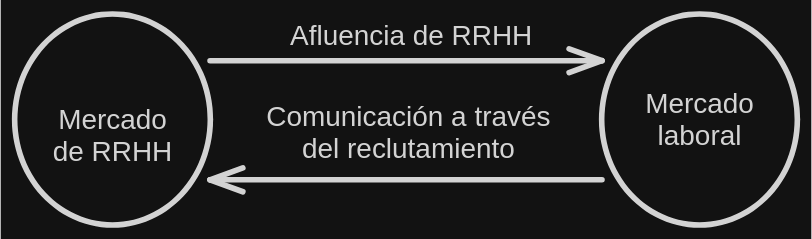
This is 4to Nivel/Administración de Sistemas de Información/attachments/Mercados Laboral y de RRHH 2024-07-11 00.00.19.excalidraw.svg from agustinbravop/utn-vault, a Excalidraw export, as it was before one commit. Source tidied: one line per element, renumbered; positions are measured from the earlier drawing's top-left corner, leaving out a move shared by most shapes.
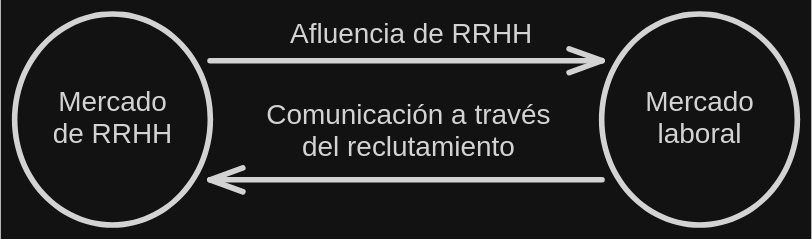
After the change.

Change to the diagram source:
```diff
@@ -1,8 +1,8 @@
 {"id": 0, "type": "ellipse", "strokeColor": "#1e1e1e", "strokeWidth": 4, "roughness": 0, "round": true, "x": 0, "y": 0, "width": 140, "height": 151}
-{"id": 1, "type": "text", "text": "\nMercado\nde RRHH", "strokeColor": "#1e1e1e", "strokeWidth": 2, "roughness": 0, "fontSize": 20, "fontFamily": 2, "textAlign": "center", "verticalAlign": "middle", "inside": 0, "x": 27, "y": 41, "width": 86, "height": 69}
+{"id": 1, "type": "text", "text": "Mercado\nde RRHH", "strokeColor": "#1e1e1e", "strokeWidth": 2, "roughness": 0, "fontSize": 20, "fontFamily": 2, "textAlign": "center", "verticalAlign": "middle", "inside": 0, "x": 27, "y": 53, "width": 86, "height": 46}
 {"id": 2, "type": "ellipse", "strokeColor": "#1e1e1e", "strokeWidth": 4, "roughness": 0, "round": true, "x": 420, "y": 0, "width": 140, "height": 151}
-{"id": 3, "type": "text", "text": "Mercado\nlaboral", "strokeColor": "#1e1e1e", "strokeWidth": 2, "roughness": 0, "fontSize": 20, "fontFamily": 2, "textAlign": "center", "verticalAlign": "middle", "inside": 2, "x": 451, "y": 53, "width": 78, "height": 46}
+{"id": 3, "type": "text", "text": "Mercado\nlaboral", "strokeColor": "#1e1e1e", "strokeWidth": 2, "roughness": 0, "fontSize": 20, "fontFamily": 2, "textAlign": "center", "verticalAlign": "middle", "inside": 2, "x": 451, "y": 53, "width": 79, "height": 46}
 {"id": 4, "type": "arrow", "strokeColor": "#1e1e1e", "strokeWidth": 4, "roughness": 0, "endArrowhead": "arrow", "round": true, "from": 0, "to": 2, "x": 140, "y": 33, "width": 280, "height": 0, "points": [[0, 0], [280, 0]]}
-{"id": 5, "type": "text", "text": "Afluencia de RRHH", "strokeColor": "#1e1e1e", "strokeWidth": 4, "roughness": 0, "fontSize": 20, "fontFamily": 2, "textAlign": "center", "x": 197, "y": 4, "width": 173, "height": 23}
+{"id": 5, "type": "text", "text": "Afluencia de RRHH", "strokeColor": "#1e1e1e", "strokeWidth": 4, "roughness": 0, "fontSize": 20, "fontFamily": 2, "textAlign": "center", "x": 197, "y": 4, "width": 174, "height": 23}
 {"id": 6, "type": "arrow", "strokeColor": "#1e1e1e", "strokeWidth": 4, "roughness": 0, "endArrowhead": "arrow", "round": true, "from": 2, "to": 0, "x": 420, "y": 119, "width": 280, "height": 0, "points": [[0, 0], [-280, 0]]}
 {"id": 7, "type": "text", "text": "Comunicación a través\ndel reclutamiento", "strokeColor": "#1e1e1e", "strokeWidth": 4, "roughness": 0, "fontSize": 20, "fontFamily": 2, "textAlign": "center", "x": 180, "y": 62, "width": 203, "height": 46}
```
